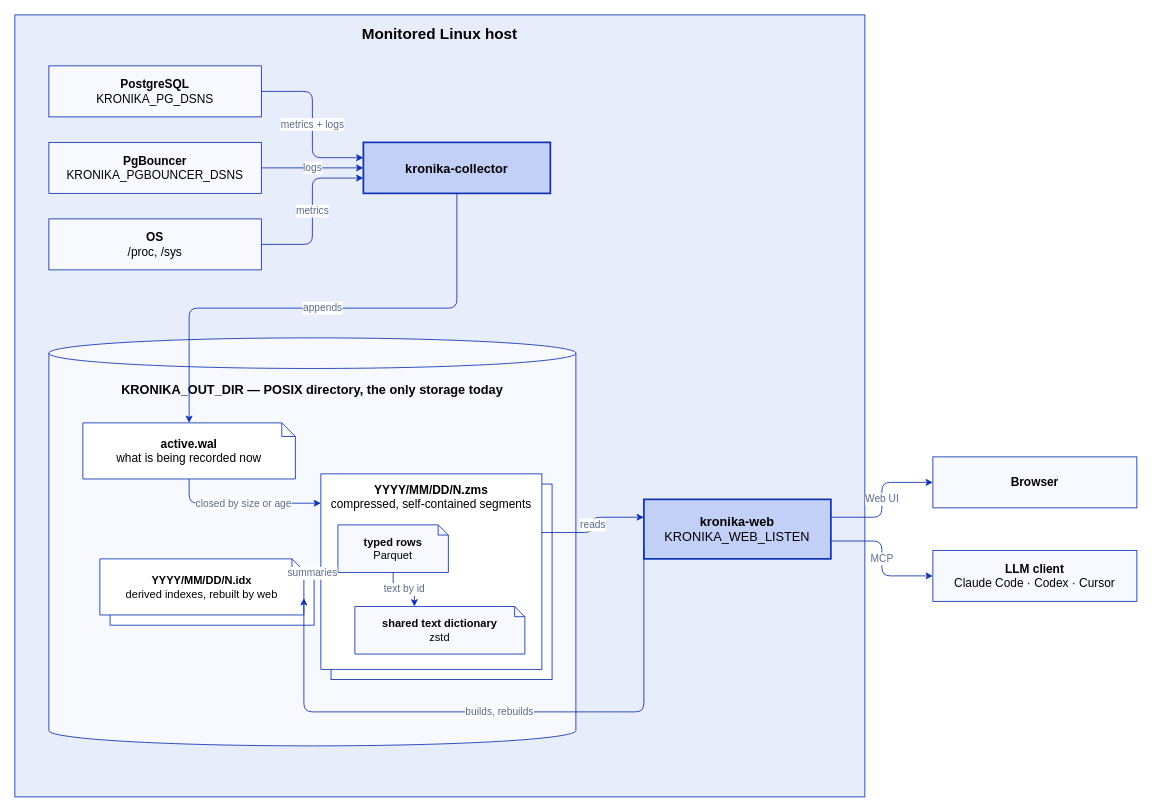
Above: docs/diagrams/architecture.drawio in vadv/Kronika (draw.io), before the change. Source tidied: cells renumbered, new cells numbered last; positions are measured from the earlier drawing's top-left corner, leaving out a move shared by most shapes. Both pictures are drawn from the tidied source at 85%, with x=0, y=0 at pixel (14, 14).
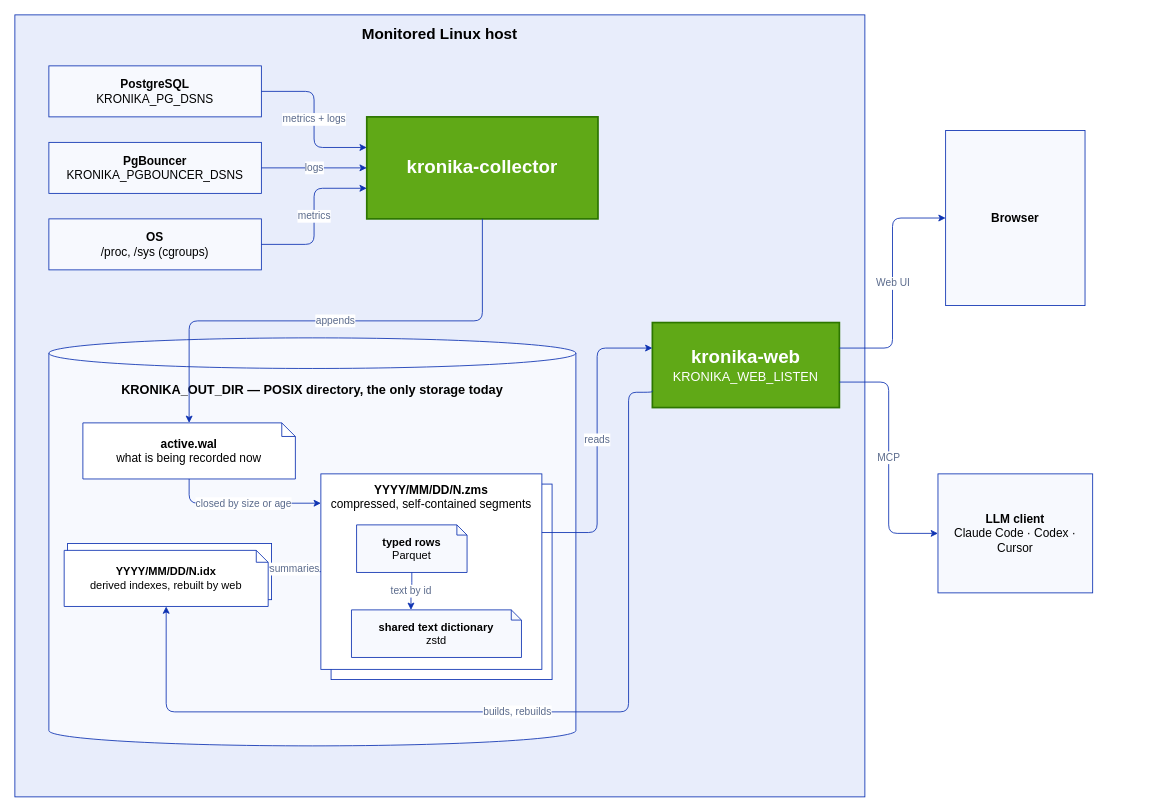
Above is the later version.

Diff of the diagram source:
```diff
@@
-    <mxCell id="5" value="&lt;b&gt;OS&lt;/b&gt;&lt;br&gt;/proc, /sys" style="rounded=0;whiteSpace=wrap;html=1;fillColor=#F7F9FE;strokeColor=#0d32b2;fontSize=14;" parent="1" vertex="1">
+    <mxCell id="5" value="&lt;b&gt;OS&lt;/b&gt;&lt;br&gt;/proc, /sys (cgroups)" style="rounded=0;whiteSpace=wrap;html=1;fillColor=#F7F9FE;strokeColor=#0d32b2;fontSize=14;" parent="1" vertex="1">
       <mxGeometry x="40" y="240" width="250" height="60" as="geometry" />
     </mxCell>
-    <mxCell id="6" value="&lt;b&gt;kronika-collector&lt;/b&gt;" style="rounded=0;whiteSpace=wrap;html=1;fillColor=#c2d0f7;strokeColor=#0d32b2;strokeWidth=2;fontSize=15;" parent="1" vertex="1">
-      <mxGeometry x="410" y="150" width="220" height="60" as="geometry" />
+    <mxCell id="6" value="&lt;b&gt;&lt;font style=&quot;font-size: 22px;&quot;&gt;kronika-collector&lt;/font&gt;&lt;/b&gt;" style="rounded=0;whiteSpace=wrap;html=1;fillColor=#60a917;strokeColor=#2D7600;strokeWidth=2;fontSize=15;fontColor=#ffffff;" parent="1" vertex="1">
+      <mxGeometry x="414" y="120" width="272" height="120" as="geometry" />
     </mxCell>
@@
     <mxCell id="15" value="&lt;b&gt;typed rows&lt;/b&gt;&lt;br&gt;Parquet" style="shape=note;size=12;whiteSpace=wrap;html=1;fillColor=#F7F9FE;strokeColor=#0d32b2;fontSize=13;" parent="1" vertex="1">
-      <mxGeometry x="380" y="600" width="130" height="56" as="geometry" />
+      <mxGeometry x="402" y="600" width="130" height="56" as="geometry" />
     </mxCell>
     <mxCell id="16" value="&lt;b&gt;shared text dictionary&lt;/b&gt;&lt;br&gt;zstd" style="shape=note;size=12;whiteSpace=wrap;html=1;fillColor=#F7F9FE;strokeColor=#0d32b2;fontSize=13;" parent="1" vertex="1">
-      <mxGeometry x="400" y="696" width="200" height="56" as="geometry" />
+      <mxGeometry x="396" y="700" width="200" height="56" as="geometry" />
     </mxCell>
@@
     <mxCell id="19" style="rounded=0;whiteSpace=wrap;html=1;fillColor=#FFFFFF;strokeColor=#0d32b2;" parent="1" vertex="1">
-      <mxGeometry x="112" y="652" width="240" height="66" as="geometry" />
+      <mxGeometry x="62" y="622" width="240" height="66" as="geometry" />
     </mxCell>
     <mxCell id="20" value="&lt;b&gt;YYYY/MM/DD/N.idx&lt;/b&gt;&lt;br&gt;derived indexes, rebuilt by web" style="shape=note;size=14;whiteSpace=wrap;html=1;fillColor=#FFFFFF;strokeColor=#0d32b2;fontSize=13;" parent="1" vertex="1">
-      <mxGeometry x="100" y="640" width="240" height="66" as="geometry" />
+      <mxGeometry x="58" y="630" width="240" height="66" as="geometry" />
     </mxCell>
@@
-    <mxCell id="22" value="&lt;b&gt;kronika-web&lt;/b&gt;&lt;br&gt;KRONIKA_WEB_LISTEN" style="rounded=0;whiteSpace=wrap;html=1;fillColor=#c2d0f7;strokeColor=#0d32b2;strokeWidth=2;fontSize=15;" parent="1" vertex="1">
-      <mxGeometry x="740" y="570" width="220" height="70" as="geometry" />
+    <mxCell id="22" value="&lt;b&gt;&lt;font style=&quot;font-size: 22px;&quot;&gt;kronika-web&lt;/font&gt;&lt;/b&gt;&lt;br&gt;KRONIKA_WEB_LISTEN" style="rounded=0;whiteSpace=wrap;html=1;fillColor=#60a917;strokeColor=#2D7600;strokeWidth=2;fontSize=15;fontColor=#ffffff;" parent="1" vertex="1">
+      <mxGeometry x="750" y="362" width="220" height="100" as="geometry" />
     </mxCell>
@@
-    <mxCell id="24" value="builds, rebuilds" style="edgeStyle=orthogonalEdgeStyle;rounded=1;html=1;strokeColor=#0d32b2;fontSize=12;fontColor=#5b6b8c;exitX=0;exitY=0.8;entryX=1;entryY=0.7;" parent="1" edge="1" source="22" target="20">
+    <mxCell id="24" value="builds, rebuilds" style="edgeStyle=orthogonalEdgeStyle;rounded=1;html=1;strokeColor=#0d32b2;fontSize=12;fontColor=#5b6b8c;exitX=0;exitY=0.8;entryX=0.5;entryY=1;entryDx=0;entryDy=0;entryPerimeter=0;" parent="1" edge="1" source="22" target="20">
       <mxGeometry relative="1" as="geometry">
         <Array as="points">
-          <mxPoint x="700" y="820" />
-          <mxPoint x="220" y="820" />
+          <mxPoint x="722" y="444" />
+          <mxPoint x="722" y="820" />
+          <mxPoint x="178" y="820" />
         </Array>
       </mxGeometry>
     </mxCell>
     <mxCell id="25" value="&lt;b&gt;Browser&lt;/b&gt;" style="rounded=0;whiteSpace=wrap;html=1;fillColor=#F7F9FE;strokeColor=#0d32b2;fontSize=14;" parent="1" vertex="1">
-      <mxGeometry x="1080" y="520" width="240" height="60" as="geometry" />
+      <mxGeometry x="1095" y="136" width="164" height="206" as="geometry" />
     </mxCell>
     <mxCell id="26" value="&lt;b&gt;LLM client&lt;/b&gt;&lt;br&gt;Claude Code · Codex · Cursor" style="rounded=0;whiteSpace=wrap;html=1;fillColor=#F7F9FE;strokeColor=#0d32b2;fontSize=14;" parent="1" vertex="1">
-      <mxGeometry x="1080" y="630" width="240" height="60" as="geometry" />
+      <mxGeometry x="1086" y="540" width="182" height="140" as="geometry" />
     </mxCell>
```
